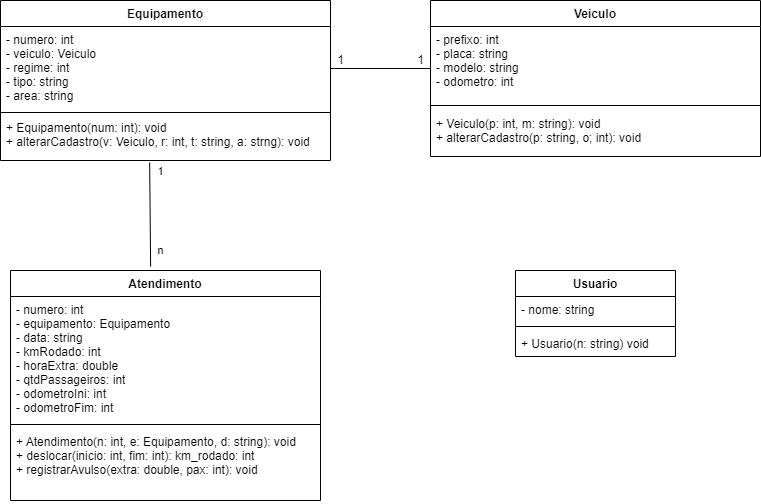
Above: docs/apontamentos.drawio.png in GleysonRibeiro/ProgWeb (draw.io), before the change. Source tidied: cells renumbered, new cells last; positions are measured from the earlier drawing's top-left corner, leaving out a move shared by most shapes. Its diagram source:
```xml
<mxGraphModel>
  <root>
    <mxCell id="0" />
    <mxCell id="1" parent="0" />
    <mxCell id="2" value="Equipamento" style="swimlane;fontStyle=1;align=center;verticalAlign=top;horizontal=1;startSize=26;" parent="1" vertex="1">
      <mxGeometry width="330" height="160" as="geometry" />
    </mxCell>
    <mxCell id="3" value="- numero: int&#10;- veiculo: Veiculo&#10;- regime: int&#10;- tipo: string&#10;- area: string" style="text;strokeColor=none;fillColor=none;align=left;verticalAlign=top;spacingLeft=4;spacingRight=4;overflow=hidden;points=[[0,0.5],[1,0.5]];portConstraint=eastwest;" parent="2" vertex="1">
      <mxGeometry y="26" width="330" height="84" as="geometry" />
    </mxCell>
    <mxCell id="4" style="line;strokeWidth=1;fillColor=none;align=left;verticalAlign=middle;spacingTop=-1;spacingLeft=3;spacingRight=3;labelPosition=right;" parent="2" vertex="1">
      <mxGeometry y="110" width="330" height="4" as="geometry" />
    </mxCell>
    <mxCell id="5" value="+ Equipamento(num: int): void&#10;+ alterarCadastro(v: Veiculo, r: int, t: string, a: strng): void" style="text;strokeColor=none;fillColor=none;align=left;verticalAlign=top;spacingLeft=4;spacingRight=4;overflow=hidden;points=[[0,0.5],[1,0.5]];portConstraint=eastwest;" parent="2" vertex="1">
      <mxGeometry y="114" width="330" height="46" as="geometry" />
    </mxCell>
    <mxCell id="6" value="Veiculo" style="swimlane;fontStyle=1;align=center;verticalAlign=top;horizontal=1;startSize=26;" parent="1" vertex="1">
      <mxGeometry x="430" width="330" height="156" as="geometry" />
    </mxCell>
    <mxCell id="7" value="- prefixo: int &#10;- placa: string&#10;- modelo: string&#10;- odometro: int" style="text;strokeColor=none;fillColor=none;align=left;verticalAlign=top;spacingLeft=4;spacingRight=4;overflow=hidden;" parent="6" vertex="1">
      <mxGeometry y="26" width="330" height="74" as="geometry" />
    </mxCell>
    <mxCell id="8" style="line;strokeWidth=1;fillColor=none;align=left;verticalAlign=middle;spacingTop=-1;spacingLeft=3;spacingRight=3;labelPosition=right;" parent="6" vertex="1">
      <mxGeometry y="100" width="330" height="10" as="geometry" />
    </mxCell>
    <mxCell id="9" value="+ Veiculo(p: int, m: string): void&#10;+ alterarCadastro(p: string, o; int): void" style="text;strokeColor=none;fillColor=none;align=left;verticalAlign=top;spacingLeft=4;spacingRight=4;overflow=hidden;" parent="6" vertex="1">
      <mxGeometry y="110" width="330" height="46" as="geometry" />
    </mxCell>
    <mxCell id="10" value="Atendimento" style="swimlane;fontStyle=1;align=center;verticalAlign=top;horizontal=1;startSize=26;" parent="1" vertex="1">
      <mxGeometry x="10" y="270" width="310" height="230" as="geometry" />
    </mxCell>
    <mxCell id="11" value="- numero: int &#10;- equipamento: Equipamento&#10;- data: string&#10;- kmRodado: int&#10;- horaExtra: double&#10;- qtdPassageiros: int&#10;- odometroIni: int&#10;- odometroFim: int" style="text;strokeColor=none;fillColor=none;align=left;verticalAlign=top;spacingLeft=4;spacingRight=4;overflow=hidden;" parent="10" vertex="1">
      <mxGeometry y="26" width="310" height="124" as="geometry" />
    </mxCell>
    <mxCell id="12" style="line;strokeWidth=1;fillColor=none;align=left;verticalAlign=middle;spacingTop=-1;spacingLeft=3;spacingRight=3;labelPosition=right;" parent="10" vertex="1">
      <mxGeometry y="150" width="310" height="8" as="geometry" />
    </mxCell>
    <mxCell id="13" value="+ Atendimento(n: int, e: Equipamento, d: string): void&#10;+ deslocar(inicio: int, fim: int): km_rodado: int&#10;+ registrarAvulso(extra: double, pax: int): void" style="text;strokeColor=none;fillColor=none;align=left;verticalAlign=top;spacingLeft=4;spacingRight=4;overflow=hidden;points=[[0,0.5],[1,0.5]];portConstraint=eastwest;" parent="10" vertex="1">
      <mxGeometry y="158" width="310" height="72" as="geometry" />
    </mxCell>
    <mxCell id="14" style="endArrow=none;html=1;rounded=0;exitX=1;exitY=0.5;exitDx=0;exitDy=0;" parent="1" edge="1" source="3">
      <mxGeometry relative="1" as="geometry">
        <mxPoint x="430" y="68" as="targetPoint" />
      </mxGeometry>
    </mxCell>
    <mxCell id="15" value="1&amp;nbsp; &amp;nbsp; &amp;nbsp; &amp;nbsp; &amp;nbsp; &amp;nbsp; &amp;nbsp; &amp;nbsp; &amp;nbsp; &amp;nbsp; &amp;nbsp; 1" style="text;html=1;align=center;verticalAlign=middle;strokeColor=none;fillColor=none;" parent="1" vertex="1">
      <mxGeometry x="325" y="45" width="110" height="30" as="geometry" />
    </mxCell>
    <mxCell id="16" style="endArrow=none;html=1;rounded=0;entryX=0.452;entryY=1.043;entryDx=0;entryDy=0;entryPerimeter=0;exitX=0.452;exitY=-0.017;exitDx=0;exitDy=0;exitPerimeter=0;" parent="1" edge="1" source="10" target="5">
      <mxGeometry relative="1" as="geometry" />
    </mxCell>
    <mxCell id="17" value="1&lt;br&gt;&lt;br&gt;&lt;br&gt;&lt;br&gt;&lt;br&gt;&lt;br&gt;n&lt;br&gt;" style="edgeLabel;html=1;align=center;verticalAlign=middle;" parent="16" vertex="1">
      <mxGeometry x="0.19" relative="1" as="geometry">
        <mxPoint x="10" y="6" as="offset" />
      </mxGeometry>
    </mxCell>
    <mxCell id="18" value="Usuario" style="swimlane;fontStyle=1;align=center;verticalAlign=top;horizontal=1;startSize=26;" parent="1" vertex="1">
      <mxGeometry x="515" y="270" width="160" height="86" as="geometry" />
    </mxCell>
    <mxCell id="19" value="- nome: string&#10;" style="text;strokeColor=none;fillColor=none;align=left;verticalAlign=top;spacingLeft=4;spacingRight=4;overflow=hidden;" parent="18" vertex="1">
      <mxGeometry y="26" width="160" height="26" as="geometry" />
    </mxCell>
    <mxCell id="20" style="line;strokeWidth=1;fillColor=none;align=left;verticalAlign=middle;spacingTop=-1;spacingLeft=3;spacingRight=3;labelPosition=right;" parent="18" vertex="1">
      <mxGeometry y="52" width="160" height="8" as="geometry" />
    </mxCell>
    <mxCell id="21" value="+ Usuario(n: string) void" style="text;strokeColor=none;fillColor=none;align=left;verticalAlign=top;spacingLeft=4;spacingRight=4;overflow=hidden;" parent="18" vertex="1">
      <mxGeometry y="60" width="160" height="26" as="geometry" />
    </mxCell>
  </root>
</mxGraphModel>
```
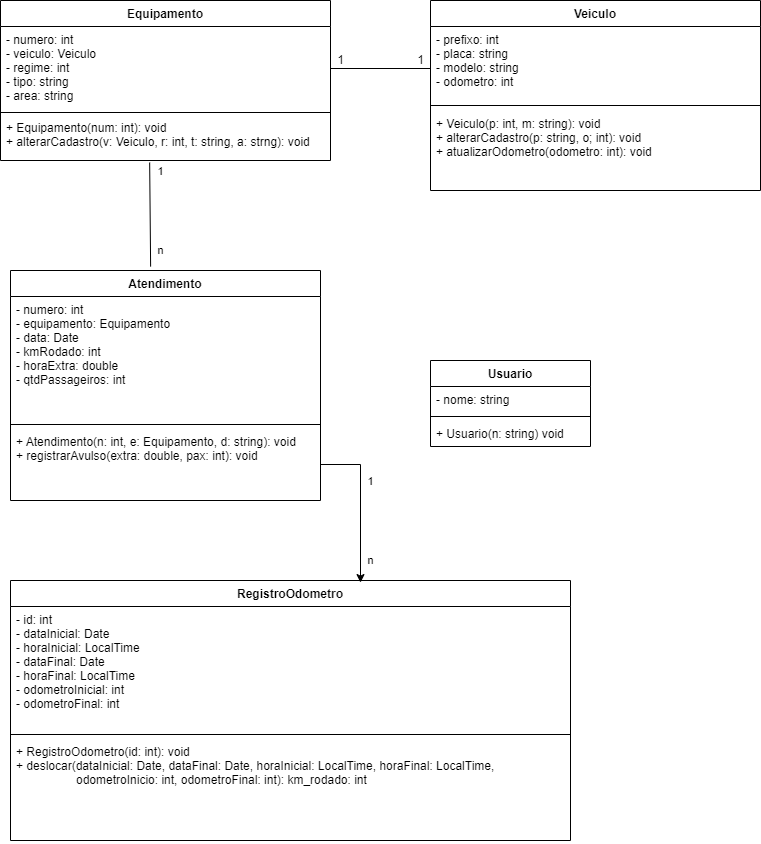
Later version of the same file.

What changed in the source:
```diff
@@ -15,7 +15,7 @@
       <mxGeometry y="114" width="330" height="46" as="geometry" />
     </mxCell>
     <mxCell id="6" value="Veiculo" style="swimlane;fontStyle=1;align=center;verticalAlign=top;horizontal=1;startSize=26;" parent="1" vertex="1">
-      <mxGeometry x="430" width="330" height="156" as="geometry" />
+      <mxGeometry x="430" width="330" height="190" as="geometry" />
     </mxCell>
     <mxCell id="7" value="- prefixo: int &#10;- placa: string&#10;- modelo: string&#10;- odometro: int" style="text;strokeColor=none;fillColor=none;align=left;verticalAlign=top;spacingLeft=4;spacingRight=4;overflow=hidden;" parent="6" vertex="1">
       <mxGeometry y="26" width="330" height="74" as="geometry" />
@@ -23,19 +23,19 @@
     <mxCell id="8" style="line;strokeWidth=1;fillColor=none;align=left;verticalAlign=middle;spacingTop=-1;spacingLeft=3;spacingRight=3;labelPosition=right;" parent="6" vertex="1">
       <mxGeometry y="100" width="330" height="10" as="geometry" />
     </mxCell>
-    <mxCell id="9" value="+ Veiculo(p: int, m: string): void&#10;+ alterarCadastro(p: string, o; int): void" style="text;strokeColor=none;fillColor=none;align=left;verticalAlign=top;spacingLeft=4;spacingRight=4;overflow=hidden;" parent="6" vertex="1">
-      <mxGeometry y="110" width="330" height="46" as="geometry" />
+    <mxCell id="9" value="+ Veiculo(p: int, m: string): void&#10;+ alterarCadastro(p: string, o; int): void&#10;+ atualizarOdometro(odometro: int): void" style="text;strokeColor=none;fillColor=none;align=left;verticalAlign=top;spacingLeft=4;spacingRight=4;overflow=hidden;" parent="6" vertex="1">
+      <mxGeometry y="110" width="330" height="80" as="geometry" />
     </mxCell>
     <mxCell id="10" value="Atendimento" style="swimlane;fontStyle=1;align=center;verticalAlign=top;horizontal=1;startSize=26;" parent="1" vertex="1">
       <mxGeometry x="10" y="270" width="310" height="230" as="geometry" />
     </mxCell>
-    <mxCell id="11" value="- numero: int &#10;- equipamento: Equipamento&#10;- data: string&#10;- kmRodado: int&#10;- horaExtra: double&#10;- qtdPassageiros: int&#10;- odometroIni: int&#10;- odometroFim: int" style="text;strokeColor=none;fillColor=none;align=left;verticalAlign=top;spacingLeft=4;spacingRight=4;overflow=hidden;" parent="10" vertex="1">
+    <mxCell id="11" value="- numero: int &#10;- equipamento: Equipamento&#10;- data: Date&#10;- kmRodado: int&#10;- horaExtra: double&#10;- qtdPassageiros: int&#10;" style="text;strokeColor=none;fillColor=none;align=left;verticalAlign=top;spacingLeft=4;spacingRight=4;overflow=hidden;" parent="10" vertex="1">
       <mxGeometry y="26" width="310" height="124" as="geometry" />
     </mxCell>
     <mxCell id="12" style="line;strokeWidth=1;fillColor=none;align=left;verticalAlign=middle;spacingTop=-1;spacingLeft=3;spacingRight=3;labelPosition=right;" parent="10" vertex="1">
       <mxGeometry y="150" width="310" height="8" as="geometry" />
     </mxCell>
-    <mxCell id="13" value="+ Atendimento(n: int, e: Equipamento, d: string): void&#10;+ deslocar(inicio: int, fim: int): km_rodado: int&#10;+ registrarAvulso(extra: double, pax: int): void" style="text;strokeColor=none;fillColor=none;align=left;verticalAlign=top;spacingLeft=4;spacingRight=4;overflow=hidden;points=[[0,0.5],[1,0.5]];portConstraint=eastwest;" parent="10" vertex="1">
+    <mxCell id="13" value="+ Atendimento(n: int, e: Equipamento, d: string): void&#10;+ registrarAvulso(extra: double, pax: int): void" style="text;strokeColor=none;fillColor=none;align=left;verticalAlign=top;spacingLeft=4;spacingRight=4;overflow=hidden;points=[[0,0.5],[1,0.5]];portConstraint=eastwest;" parent="10" vertex="1">
       <mxGeometry y="158" width="310" height="72" as="geometry" />
     </mxCell>
     <mxCell id="14" style="endArrow=none;html=1;rounded=0;exitX=1;exitY=0.5;exitDx=0;exitDy=0;" parent="1" edge="1" source="3">
@@ -55,7 +55,7 @@
       </mxGeometry>
     </mxCell>
     <mxCell id="18" value="Usuario" style="swimlane;fontStyle=1;align=center;verticalAlign=top;horizontal=1;startSize=26;" parent="1" vertex="1">
-      <mxGeometry x="515" y="270" width="160" height="86" as="geometry" />
+      <mxGeometry x="430" y="360" width="160" height="86" as="geometry" />
     </mxCell>
     <mxCell id="19" value="- nome: string&#10;" style="text;strokeColor=none;fillColor=none;align=left;verticalAlign=top;spacingLeft=4;spacingRight=4;overflow=hidden;" parent="18" vertex="1">
       <mxGeometry y="26" width="160" height="26" as="geometry" />
@@ -66,5 +66,23 @@
     <mxCell id="21" value="+ Usuario(n: string) void" style="text;strokeColor=none;fillColor=none;align=left;verticalAlign=top;spacingLeft=4;spacingRight=4;overflow=hidden;" parent="18" vertex="1">
       <mxGeometry y="60" width="160" height="26" as="geometry" />
     </mxCell>
+    <mxCell id="22" value="RegistroOdometro" style="swimlane;fontStyle=1;align=center;verticalAlign=top;horizontal=1;startSize=26;" parent="1" vertex="1">
+      <mxGeometry x="10" y="580" width="560" height="260" as="geometry" />
+    </mxCell>
+    <mxCell id="23" value="- id: int&#10;- dataInicial: Date&#10;- horaInicial: LocalTime&#10;- dataFinal: Date&#10;- horaFinal: LocalTime&#10;- odometroInicial: int&#10;- odometroFinal: int" style="text;strokeColor=none;fillColor=none;align=left;verticalAlign=top;spacingLeft=4;spacingRight=4;overflow=hidden;" parent="22" vertex="1">
+      <mxGeometry y="26" width="560" height="124" as="geometry" />
+    </mxCell>
+    <mxCell id="24" style="line;strokeWidth=1;fillColor=none;align=left;verticalAlign=middle;spacingTop=-1;spacingLeft=3;spacingRight=3;labelPosition=right;" parent="22" vertex="1">
+      <mxGeometry y="150" width="560" height="8" as="geometry" />
+    </mxCell>
+    <mxCell id="25" value="+ RegistroOdometro(id: int): void&#10;+ deslocar(dataInicial: Date, dataFinal: Date, horaInicial: LocalTime, horaFinal: LocalTime, &#10;                  odometroInicio: int, odometroFinal: int): km_rodado: int&#10;" style="text;strokeColor=none;fillColor=none;align=left;verticalAlign=top;spacingLeft=4;spacingRight=4;overflow=hidden;" parent="22" vertex="1">
+      <mxGeometry y="158" width="560" height="102" as="geometry" />
+    </mxCell>
+    <mxCell id="26" style="edgeStyle=orthogonalEdgeStyle;rounded=0;jettySize=auto;html=1;entryX=0.625;entryY=0.008;entryDx=0;entryDy=0;entryPerimeter=0;" parent="1" edge="1" source="13" target="22">
+      <mxGeometry relative="1" as="geometry" />
+    </mxCell>
+    <mxCell id="27" value="1&lt;br&gt;&lt;br&gt;&lt;br&gt;&lt;br&gt;&lt;br&gt;&lt;br&gt;n&lt;br&gt;" style="edgeLabel;html=1;align=center;verticalAlign=middle;" parent="1" vertex="1">
+      <mxGeometry x="370" y="520" as="geometry" />
+    </mxCell>
   </root>
 </mxGraphModel>
```
